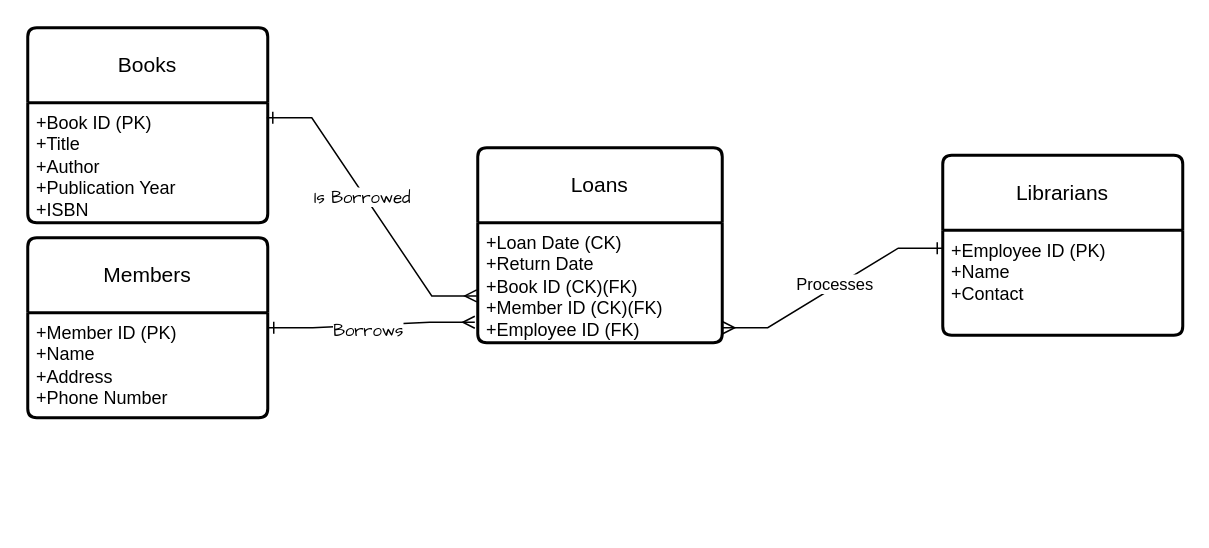
The draw.io diagram Library.drawio in williamprodinger23/williamprodinger23.github.io, before the edit. Source tidied: cells renumbered, new cells numbered last; positions are measured from the earlier drawing's top-left corner, leaving out a move shared by most shapes. Both pictures are drawn from the tidied source at 150%, with x=0, y=0 at pixel (27, 27).
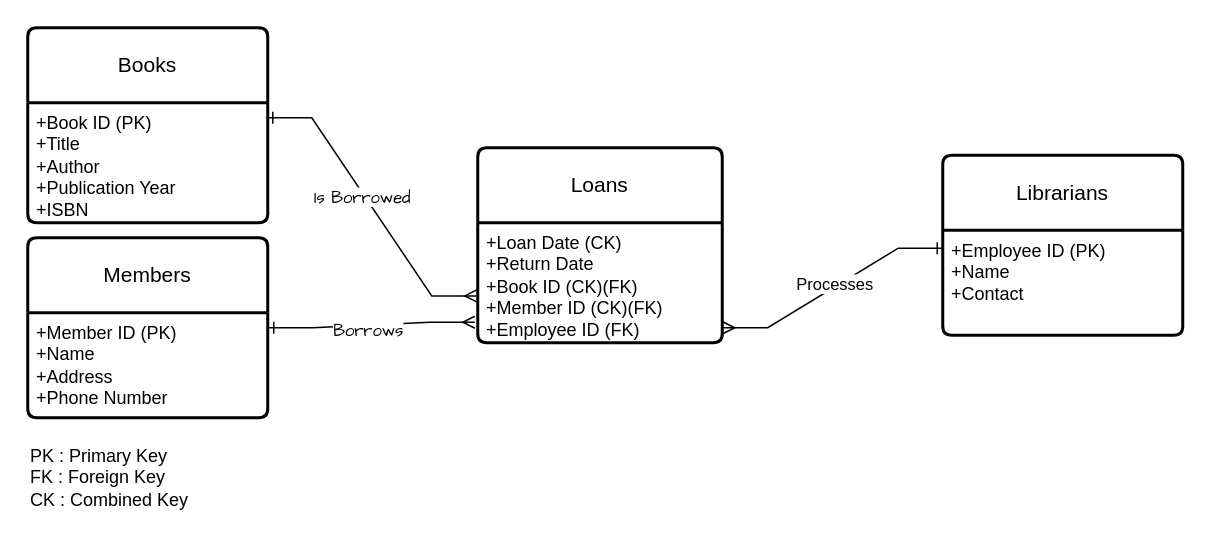
The same diagram, later.

Diff of the diagram source:
```diff
@@
 <mxGraphModel>
   <root>
     <mxCell id="0" />
     <mxCell id="1" parent="0" />
     <mxCell id="2" value="Books" style="swimlane;horizontal=1;startSize=50;rounded=1;fontSize=14;fontStyle=0;strokeWidth=2;shadow=0;dashed=0;align=center;arcSize=4;whiteSpace=wrap;html=1;" parent="1" vertex="1">
       <mxGeometry width="160" height="130" as="geometry" />
     </mxCell>
     <mxCell id="3" value="+Book ID (PK)&lt;br&gt;&lt;div&gt;+Title&lt;/div&gt;&lt;div&gt;+Author&lt;/div&gt;&lt;div&gt;+Publication Year&lt;/div&gt;&lt;div&gt;+ISBN&lt;/div&gt;" style="align=left;strokeColor=none;fillColor=none;spacingLeft=4;fontSize=12;verticalAlign=top;html=1;" parent="2" vertex="1">
       <mxGeometry y="50" width="160" height="80" as="geometry" />
     </mxCell>
     <mxCell id="4" value="Members" style="swimlane;horizontal=1;startSize=50;rounded=1;fontSize=14;fontStyle=0;strokeWidth=2;shadow=0;dashed=0;align=center;arcSize=4;whiteSpace=wrap;html=1;" parent="1" vertex="1">
       <mxGeometry y="140" width="160" height="120" as="geometry" />
     </mxCell>
     <mxCell id="5" value="+Member ID (PK)&lt;div&gt;+Name&lt;/div&gt;&lt;div&gt;+Address&lt;/div&gt;&lt;div&gt;+Phone Number&lt;/div&gt;" style="align=left;strokeColor=none;fillColor=none;spacingLeft=4;fontSize=12;verticalAlign=top;html=1;" parent="4" vertex="1">
       <mxGeometry y="50" width="160" height="70" as="geometry" />
     </mxCell>
     <mxCell id="6" value="Librarians" style="swimlane;horizontal=1;startSize=50;rounded=1;fontSize=14;fontStyle=0;strokeWidth=2;shadow=0;dashed=0;align=center;arcSize=4;whiteSpace=wrap;html=1;" parent="1" vertex="1">
       <mxGeometry x="610" y="85" width="160" height="120" as="geometry" />
     </mxCell>
     <mxCell id="7" value="+Employee ID (PK)&lt;div&gt;+Name&lt;/div&gt;&lt;div&gt;+Contact&lt;/div&gt;" style="align=left;strokeColor=none;fillColor=none;spacingLeft=4;fontSize=12;verticalAlign=top;html=1;" parent="6" vertex="1">
       <mxGeometry y="50" width="160" height="70" as="geometry" />
     </mxCell>
     <mxCell id="8" value="Loans" style="swimlane;horizontal=1;startSize=50;rounded=1;fontSize=14;fontStyle=0;strokeWidth=2;shadow=0;dashed=0;align=center;arcSize=4;whiteSpace=wrap;html=1;" parent="1" vertex="1">
       <mxGeometry x="300" y="80" width="163" height="130" as="geometry" />
     </mxCell>
     <mxCell id="9" value="&lt;div&gt;&lt;span style=&quot;background-color: initial;&quot;&gt;+Loan Date (CK)&lt;/span&gt;&lt;br&gt;&lt;/div&gt;&lt;div&gt;+Return Date&lt;/div&gt;&lt;div&gt;+Book ID (CK)(FK)&lt;br&gt;&lt;/div&gt;&lt;div&gt;+Member ID (CK)(FK)&lt;/div&gt;&lt;div&gt;+Employee ID (FK)&lt;br&gt;&lt;/div&gt;" style="align=left;strokeColor=none;fillColor=none;spacingLeft=4;fontSize=12;verticalAlign=top;html=1;" parent="8" vertex="1">
       <mxGeometry y="50" width="163" height="80" as="geometry" />
     </mxCell>
     <mxCell id="10" style="edgeStyle=entityRelationEdgeStyle;fontSize=12;html=1;endArrow=ERmany;startArrow=ERone;rounded=0;exitX=1;exitY=0.143;exitDx=0;exitDy=0;exitPerimeter=0;startFill=0;entryX=-0.012;entryY=0.829;entryDx=0;entryDy=0;entryPerimeter=0;endFill=0;" parent="1" edge="1" source="5" target="9">
       <mxGeometry relative="1" as="geometry" />
     </mxCell>
     <mxCell id="11" value="Borrows" style="edgeLabel;html=1;align=center;verticalAlign=middle;sketch=1;hachureGap=4;jiggle=2;curveFitting=1;fontFamily=Architects Daughter;" parent="10" vertex="1">
       <mxGeometry x="-0.05" y="-3" relative="1" as="geometry" />
     </mxCell>
     <mxCell id="12" style="edgeStyle=entityRelationEdgeStyle;fontSize=12;html=1;endArrow=ERmany;startArrow=ERone;rounded=0;exitX=0.996;exitY=0.125;exitDx=0;exitDy=0;exitPerimeter=0;entryX=-0.004;entryY=0.61;entryDx=0;entryDy=0;entryPerimeter=0;endFill=0;startFill=0;" parent="1" edge="1" source="3" target="9">
       <mxGeometry relative="1" as="geometry" />
     </mxCell>
     <mxCell id="13" value="Is Borrowed" style="edgeLabel;html=1;align=center;verticalAlign=middle;sketch=1;hachureGap=4;jiggle=2;curveFitting=1;fontFamily=Architects Daughter;" parent="12" vertex="1">
       <mxGeometry x="-0.09" y="-2" relative="1" as="geometry" />
     </mxCell>
     <mxCell id="14" style="edgeStyle=entityRelationEdgeStyle;fontSize=12;html=1;endArrow=ERone;rounded=0;exitX=1.002;exitY=0.875;exitDx=0;exitDy=0;exitPerimeter=0;entryX=0.002;entryY=0.171;entryDx=0;entryDy=0;entryPerimeter=0;startArrow=ERmany;startFill=0;endFill=0;" parent="1" edge="1" source="9" target="7">
       <mxGeometry relative="1" as="geometry" />
     </mxCell>
     <mxCell id="15" value="Processes" style="edgeLabel;html=1;align=center;verticalAlign=middle;" parent="14" vertex="1">
       <mxGeometry x="0.03" y="2" relative="1" as="geometry" />
     </mxCell>
+    <mxCell id="16" value="&lt;div&gt;PK : Primary Key&lt;/div&gt;FK : Foreign Key&lt;div&gt;CK : Combined Key&lt;/div&gt;" style="text;html=1;align=left;verticalAlign=middle;strokeColor=none;fillColor=none;" parent="1" vertex="1">
+      <mxGeometry y="270" width="130" height="60" as="geometry" />
+    </mxCell>
   </root>
 </mxGraphModel>
```
